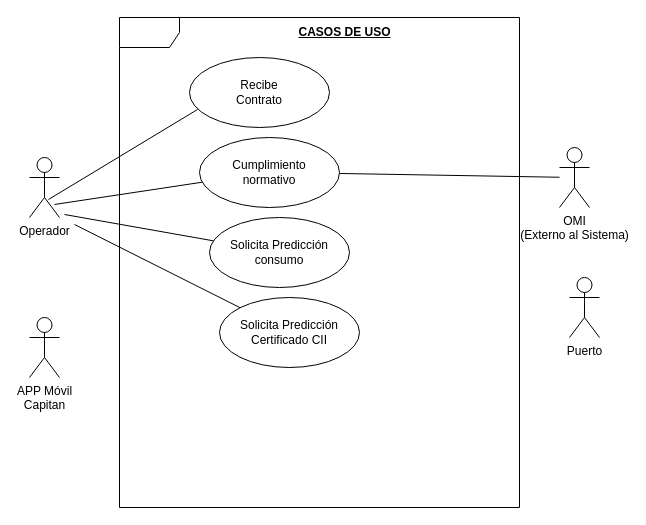
This is CU1.drawio from jdiazfer/ADS_Practica1, a draw.io file, before an edit. Source tidied: cells renumbered, new cells numbered last; positions are measured from the earlier drawing's top-left corner, leaving out a move shared by most shapes. Both pictures are drawn from the tidied source at 100%, with x=0, y=0 at pixel (29, 17).
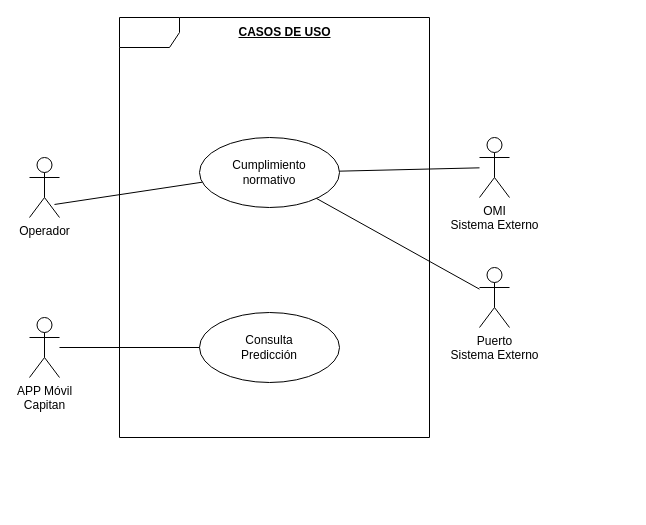
Above is the later version.

What changed in the source:
```diff
@@
 <mxGraphModel>
   <root>
     <mxCell id="0" />
     <mxCell id="1" parent="0" />
     <mxCell id="2" value="Operador" style="shape=umlActor;verticalLabelPosition=bottom;verticalAlign=top;html=1;" parent="1" vertex="1">
       <mxGeometry y="140" width="30" height="60" as="geometry" />
     </mxCell>
     <mxCell id="3" style="shape=umlFrame;whiteSpace=wrap;html=1;" parent="1" vertex="1">
-      <mxGeometry x="90" width="400" height="490" as="geometry" />
+      <mxGeometry x="90" width="310" height="420" as="geometry" />
     </mxCell>
-    <mxCell id="4" value="&lt;div&gt;Recibe&lt;/div&gt;&lt;div&gt;Contrato&lt;br&gt;&lt;/div&gt;" style="ellipse;whiteSpace=wrap;html=1;" parent="1" vertex="1">
-      <mxGeometry x="160" y="40" width="140" height="70" as="geometry" />
-    </mxCell>
-    <mxCell id="5" style="endArrow=none;html=1;rounded=0;exitX=0.633;exitY=0.7;exitDx=0;exitDy=0;exitPerimeter=0;entryX=0.057;entryY=0.743;entryDx=0;entryDy=0;entryPerimeter=0;" parent="1" edge="1" source="2" target="4">
-      <mxGeometry relative="1" as="geometry" />
-    </mxCell>
     <mxCell id="6" value="&lt;div&gt;Cumplimiento&lt;/div&gt;&lt;div&gt;normativo&lt;br&gt;&lt;/div&gt;" style="ellipse;whiteSpace=wrap;html=1;" parent="1" vertex="1">
       <mxGeometry x="170" y="120" width="140" height="70" as="geometry" />
     </mxCell>
     <mxCell id="7" style="endArrow=none;html=1;rounded=0;exitX=0.833;exitY=0.783;exitDx=0;exitDy=0;exitPerimeter=0;" parent="1" edge="1" source="2" target="6">
       <mxGeometry relative="1" as="geometry" />
     </mxCell>
-    <mxCell id="8" value="&lt;div&gt;Solicita Predicción&lt;/div&gt;&lt;div&gt;consumo&lt;br&gt;&lt;/div&gt;" style="ellipse;whiteSpace=wrap;html=1;" parent="1" vertex="1">
-      <mxGeometry x="180" y="200" width="140" height="70" as="geometry" />
-    </mxCell>
-    <mxCell id="9" style="endArrow=none;html=1;rounded=0;exitX=0.833;exitY=0.783;exitDx=0;exitDy=0;exitPerimeter=0;" parent="1" edge="1" target="8">
-      <mxGeometry relative="1" as="geometry">
-        <mxPoint x="35" y="197" as="sourcePoint" />
-      </mxGeometry>
-    </mxCell>
-    <mxCell id="10" value="&lt;div&gt;Solicita Predicción&lt;/div&gt;&lt;div&gt;Certificado CII&lt;br&gt;&lt;/div&gt;" style="ellipse;whiteSpace=wrap;html=1;" parent="1" vertex="1">
-      <mxGeometry x="190" y="280" width="140" height="70" as="geometry" />
-    </mxCell>
-    <mxCell id="11" style="endArrow=none;html=1;rounded=0;exitX=0.833;exitY=0.783;exitDx=0;exitDy=0;exitPerimeter=0;" parent="1" edge="1" target="10">
-      <mxGeometry relative="1" as="geometry">
-        <mxPoint x="45" y="207" as="sourcePoint" />
-      </mxGeometry>
-    </mxCell>
-    <mxCell id="12" value="OMI&lt;div&gt;(Externo al Sistema)&lt;br&gt;&lt;/div&gt;" style="shape=umlActor;verticalLabelPosition=bottom;verticalAlign=top;html=1;outlineConnect=0;" parent="1" vertex="1">
-      <mxGeometry x="530" y="130" width="30" height="60" as="geometry" />
+    <mxCell id="12" value="OMI&lt;div&gt;Sistema Externo&lt;br&gt;&lt;/div&gt;" style="shape=umlActor;verticalLabelPosition=bottom;verticalAlign=top;html=1;outlineConnect=0;" parent="1" vertex="1">
+      <mxGeometry x="450" y="120" width="30" height="60" as="geometry" />
     </mxCell>
     <mxCell id="13" style="endArrow=none;html=1;rounded=0;" parent="1" edge="1" source="6" target="12">
       <mxGeometry relative="1" as="geometry" />
     </mxCell>
     <mxCell id="14" value="CASOS DE USO" style="text;html=1;align=center;verticalAlign=middle;strokeColor=none;fillColor=none;fontStyle=5;" parent="1" vertex="1">
-      <mxGeometry x="260" width="110" height="30" as="geometry" />
+      <mxGeometry x="200" width="110" height="30" as="geometry" />
     </mxCell>
     <mxCell id="15" value="&lt;div&gt;APP Móvil&lt;/div&gt;&lt;div&gt;Capitan&lt;br&gt;&lt;/div&gt;" style="shape=umlActor;verticalLabelPosition=bottom;verticalAlign=top;html=1;outlineConnect=0;" parent="1" vertex="1">
       <mxGeometry y="300" width="30" height="60" as="geometry" />
     </mxCell>
-    <mxCell id="16" value="&lt;div&gt;Puerto&lt;/div&gt;&lt;div&gt;&lt;br&gt;&lt;/div&gt;" style="shape=umlActor;verticalLabelPosition=bottom;verticalAlign=top;html=1;outlineConnect=0;" parent="1" vertex="1">
-      <mxGeometry x="540" y="260" width="30" height="60" as="geometry" />
+    <mxCell id="16" value="&lt;div&gt;Puerto&lt;/div&gt;&lt;div&gt;Sistema Externo&lt;br&gt;&lt;/div&gt;&lt;div&gt;&lt;br&gt;&lt;/div&gt;" style="shape=umlActor;verticalLabelPosition=bottom;verticalAlign=top;html=1;outlineConnect=0;" parent="1" vertex="1">
+      <mxGeometry x="450" y="250" width="30" height="60" as="geometry" />
     </mxCell>
+    <mxCell id="17" style="endArrow=none;html=1;rounded=0;" parent="1" edge="1" source="6" target="16">
+      <mxGeometry relative="1" as="geometry" />
+    </mxCell>
+    <mxCell id="18" value="&lt;div&gt;Consulta&lt;/div&gt;&lt;div&gt;Predicción&lt;br&gt;&lt;/div&gt;" style="ellipse;whiteSpace=wrap;html=1;" parent="1" vertex="1">
+      <mxGeometry x="170" y="295" width="140" height="70" as="geometry" />
+    </mxCell>
+    <mxCell id="19" style="endArrow=none;html=1;rounded=0;" parent="1" edge="1" source="15" target="18">
+      <mxGeometry relative="1" as="geometry" />
+    </mxCell>
   </root>
 </mxGraphModel>
```
